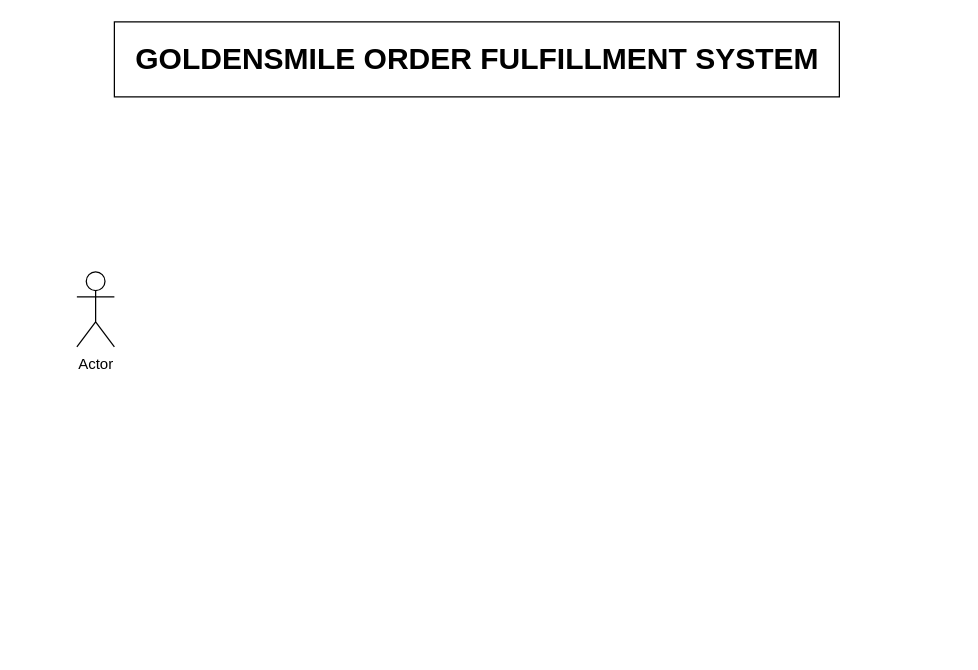
Before: RM-1/RM-1 Solution.drawio in andrewjtgh/Use-Case-Diagrams, a draw.io diagram. Source tidied: cells renumbered, new cells numbered last; positions are measured from the earlier drawing's top-left corner, leaving out a move shared by most shapes. Both pictures are drawn from the tidied source at 125%, with x=0, y=0 at pixel (76, 21).
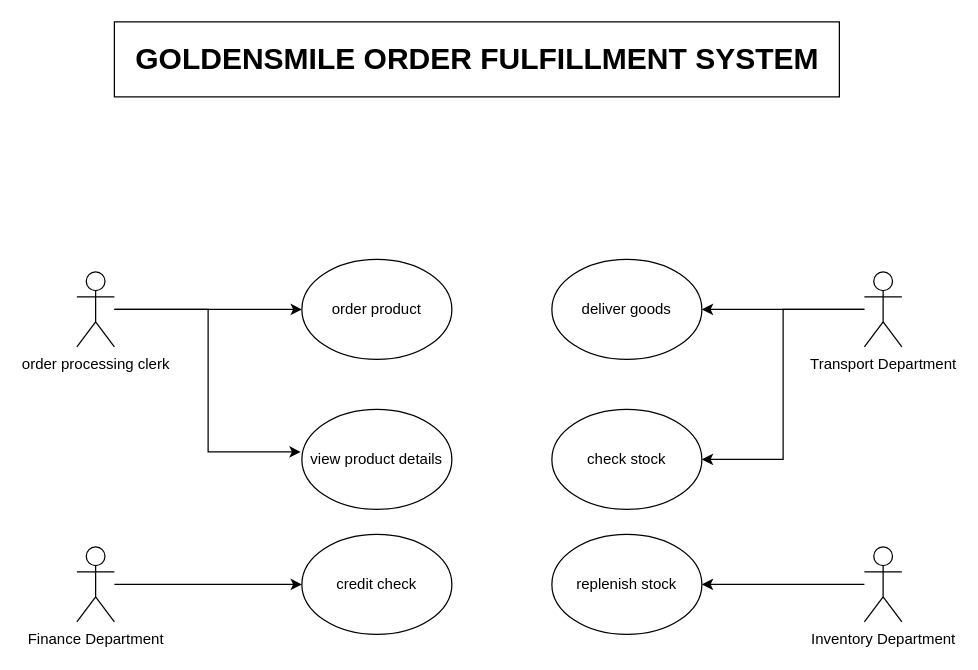
After the change.

Change to the diagram source:
```diff
@@
 <mxGraphModel>
   <root>
     <mxCell id="0" />
     <mxCell id="1" parent="0" />
+    <mxCell id="5" style="edgeStyle=orthogonalEdgeStyle;rounded=0;jettySize=auto;html=1;" parent="1" edge="1" source="2" target="7">
+      <mxGeometry relative="1" as="geometry" />
+    </mxCell>
+    <mxCell id="6" style="edgeStyle=orthogonalEdgeStyle;rounded=0;jettySize=auto;html=1;entryX=-0.008;entryY=0.425;entryDx=0;entryDy=0;entryPerimeter=0;" parent="1" edge="1" source="2" target="8">
+      <mxGeometry relative="1" as="geometry" />
+    </mxCell>
-    <mxCell id="2" value="Actor" style="shape=umlActor;verticalLabelPosition=bottom;verticalAlign=top;html=1;outlineConnect=0;" parent="1" vertex="1">
+    <mxCell id="2" value="order processing clerk" style="shape=umlActor;verticalLabelPosition=bottom;verticalAlign=top;html=1;outlineConnect=0;" parent="1" vertex="1">
       <mxGeometry y="200" width="30" height="60" as="geometry" />
     </mxCell>
     <mxCell id="3" style="rounded=0;whiteSpace=wrap;html=1;" parent="1" vertex="1">
       <mxGeometry x="30" width="580" height="60" as="geometry" />
     </mxCell>
     <mxCell id="4" value="GOLDENSMILE ORDER FULFILLMENT SYSTEM" style="text;strokeColor=none;fillColor=none;html=1;fontSize=24;fontStyle=1;verticalAlign=middle;align=center;" parent="1" vertex="1">
       <mxGeometry x="270" y="10" width="100" height="40" as="geometry" />
     </mxCell>
+    <mxCell id="7" value="order product" style="ellipse;whiteSpace=wrap;html=1;" parent="1" vertex="1">
+      <mxGeometry x="180" y="190" width="120" height="80" as="geometry" />
+    </mxCell>
+    <mxCell id="8" value="view product details" style="ellipse;whiteSpace=wrap;html=1;" parent="1" vertex="1">
+      <mxGeometry x="180" y="310" width="120" height="80" as="geometry" />
+    </mxCell>
+    <mxCell id="9" style="edgeStyle=orthogonalEdgeStyle;rounded=0;jettySize=auto;html=1;entryX=0;entryY=0.5;entryDx=0;entryDy=0;" parent="1" edge="1" source="10" target="11">
+      <mxGeometry relative="1" as="geometry" />
+    </mxCell>
+    <mxCell id="10" value="Finance Department" style="shape=umlActor;verticalLabelPosition=bottom;verticalAlign=top;html=1;outlineConnect=0;" parent="1" vertex="1">
+      <mxGeometry y="420" width="30" height="60" as="geometry" />
+    </mxCell>
+    <mxCell id="11" value="credit check" style="ellipse;whiteSpace=wrap;html=1;" parent="1" vertex="1">
+      <mxGeometry x="180" y="410" width="120" height="80" as="geometry" />
+    </mxCell>
+    <mxCell id="12" style="edgeStyle=orthogonalEdgeStyle;rounded=0;jettySize=auto;html=1;entryX=1;entryY=0.5;entryDx=0;entryDy=0;" parent="1" edge="1" source="14" target="15">
+      <mxGeometry relative="1" as="geometry" />
+    </mxCell>
+    <mxCell id="13" style="edgeStyle=orthogonalEdgeStyle;rounded=0;jettySize=auto;html=1;entryX=1;entryY=0.5;entryDx=0;entryDy=0;" parent="1" edge="1" source="14" target="16">
+      <mxGeometry relative="1" as="geometry" />
+    </mxCell>
+    <mxCell id="14" value="Transport Department" style="shape=umlActor;verticalLabelPosition=bottom;verticalAlign=top;html=1;outlineConnect=0;" parent="1" vertex="1">
+      <mxGeometry x="630" y="200" width="30" height="60" as="geometry" />
+    </mxCell>
+    <mxCell id="15" value="deliver goods" style="ellipse;whiteSpace=wrap;html=1;" parent="1" vertex="1">
+      <mxGeometry x="380" y="190" width="120" height="80" as="geometry" />
+    </mxCell>
+    <mxCell id="16" value="check stock" style="ellipse;whiteSpace=wrap;html=1;" parent="1" vertex="1">
+      <mxGeometry x="380" y="310" width="120" height="80" as="geometry" />
+    </mxCell>
+    <mxCell id="17" style="edgeStyle=orthogonalEdgeStyle;rounded=0;jettySize=auto;html=1;entryX=1;entryY=0.5;entryDx=0;entryDy=0;" parent="1" edge="1" source="18" target="19">
+      <mxGeometry relative="1" as="geometry" />
+    </mxCell>
+    <mxCell id="18" value="Inventory Department" style="shape=umlActor;verticalLabelPosition=bottom;verticalAlign=top;html=1;outlineConnect=0;" parent="1" vertex="1">
+      <mxGeometry x="630" y="420" width="30" height="60" as="geometry" />
+    </mxCell>
+    <mxCell id="19" value="replenish stock" style="ellipse;whiteSpace=wrap;html=1;" parent="1" vertex="1">
+      <mxGeometry x="380" y="410" width="120" height="80" as="geometry" />
+    </mxCell>
   </root>
 </mxGraphModel>
```
